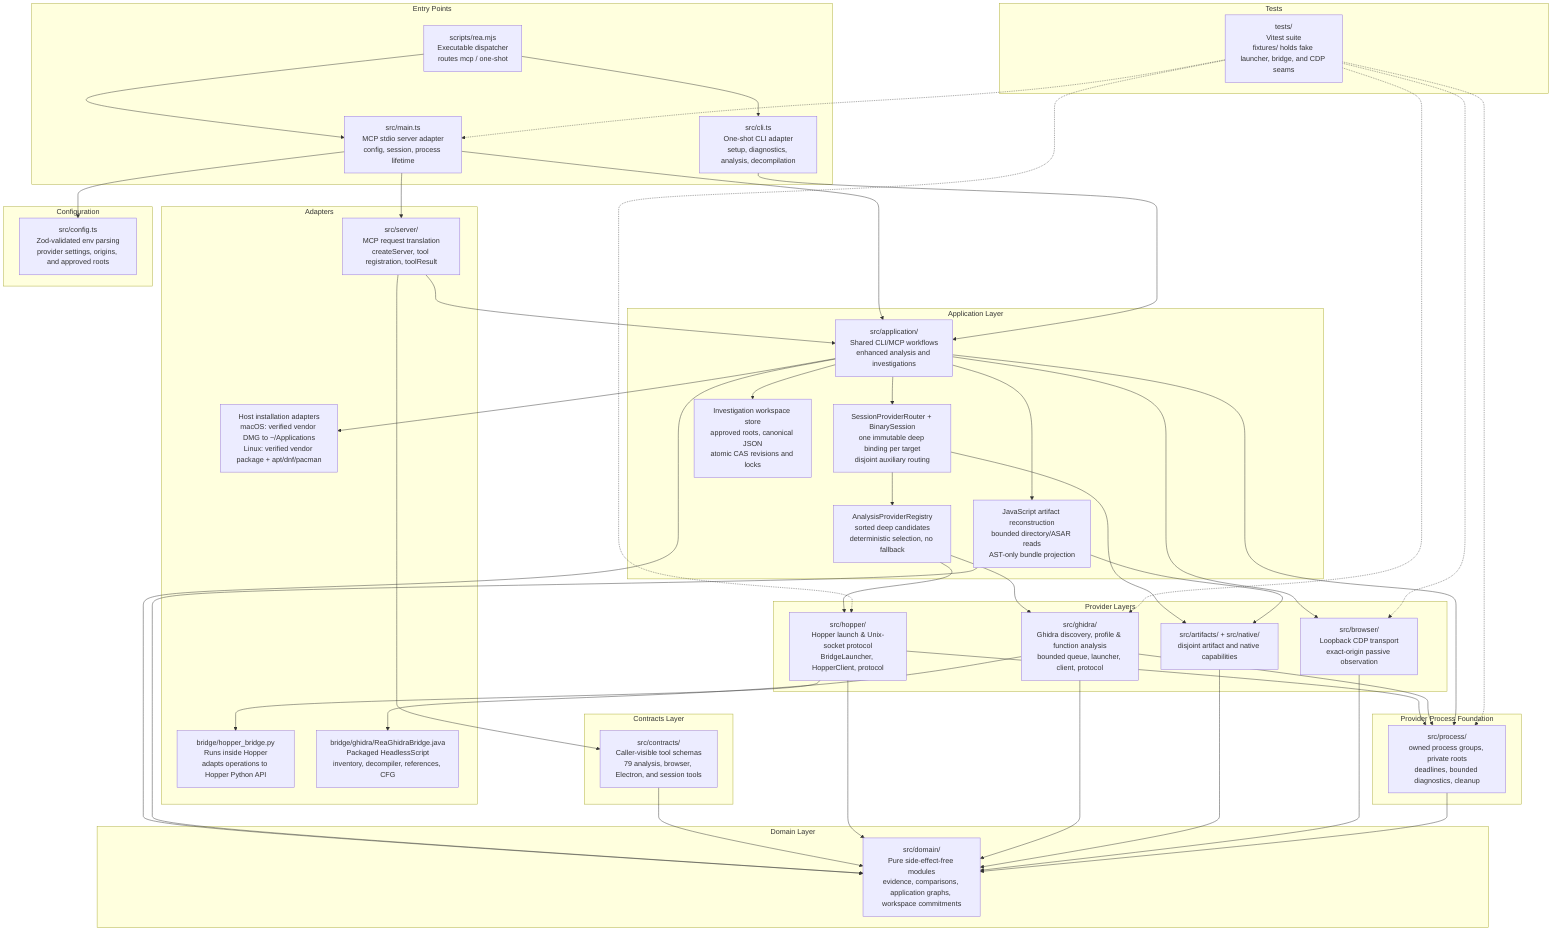
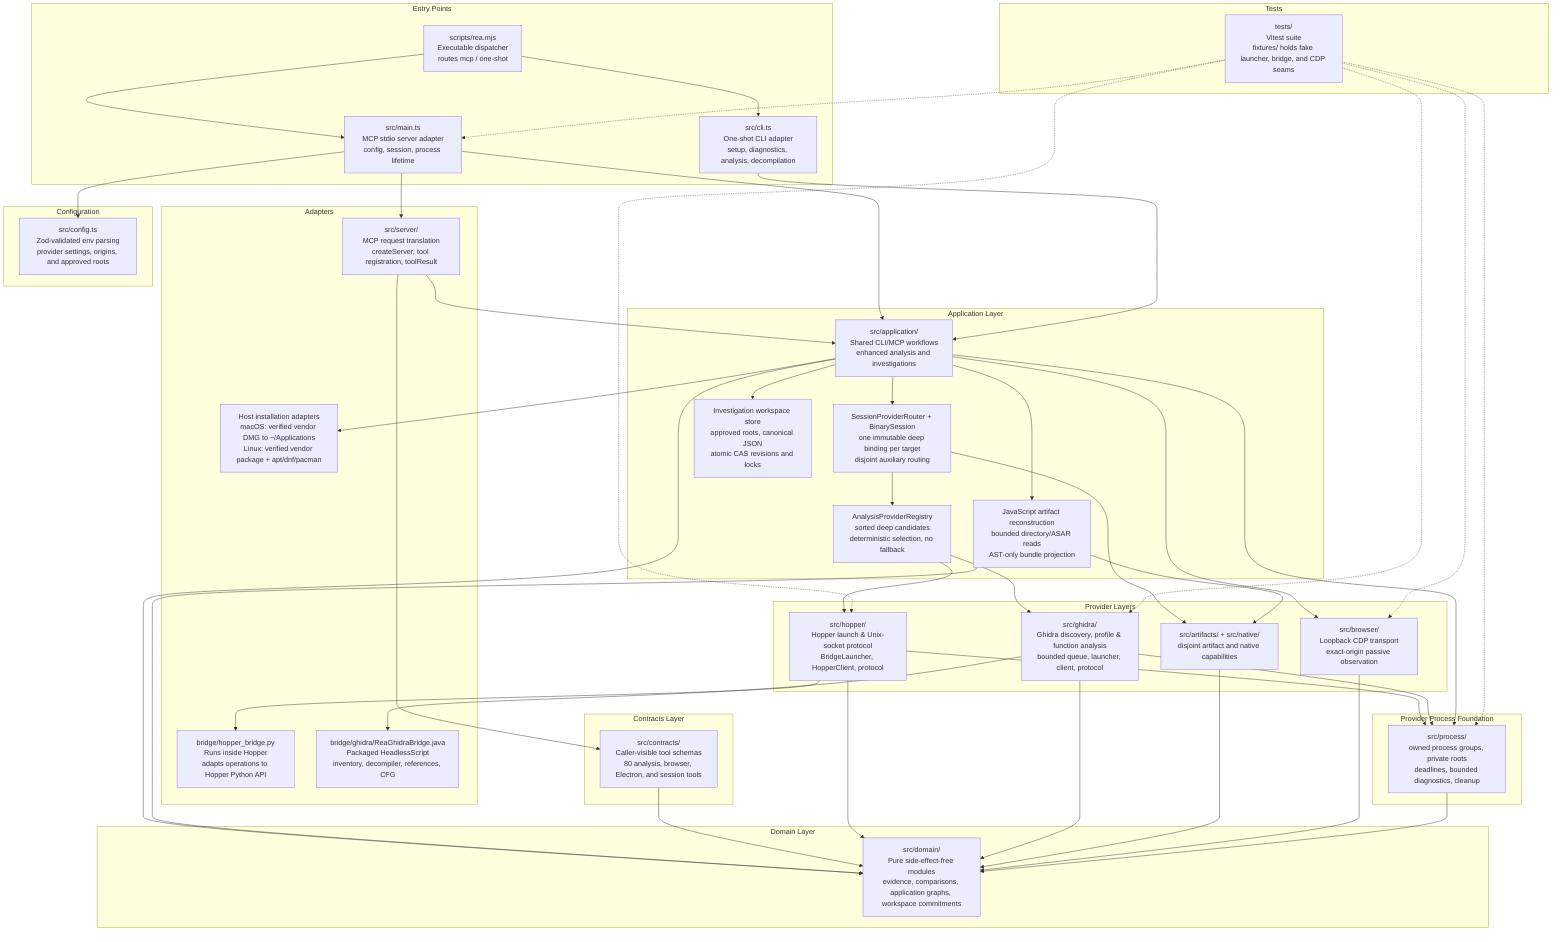
graph TD
    subgraph "Entry Points"
        CLI["src/cli.ts<br/>One-shot CLI adapter<br/>setup, diagnostics, analysis, decompilation"]
        MAIN["src/main.ts<br/>MCP stdio server adapter<br/>config, session, process lifetime"]
        DISPATCH["scripts/rea.mjs<br/>Executable dispatcher<br/>routes mcp / one-shot"]
    end

    subgraph "Adapters"
        SERVER["src/server/<br/>MCP request translation<br/>createServer, tool registration, toolResult"]
        HOPPER_BRIDGE["bridge/hopper_bridge.py<br/>Runs inside Hopper<br/>adapts operations to Hopper Python API"]
        GHIDRA_BRIDGE["bridge/ghidra/ReaGhidraBridge.java<br/>Packaged HeadlessScript<br/>inventory, decompiler, references, CFG"]
        INSTALL["Host installation adapters<br/>macOS: verified vendor DMG to ~/Applications<br/>Linux: verified vendor package + apt/dnf/pacman"]
    end

    subgraph "Application Layer"
        APP["src/application/<br/>Shared CLI/MCP workflows<br/>enhanced analysis and investigations"]
        SESSION["SessionProviderRouter + BinarySession<br/>one immutable deep binding per target<br/>disjoint auxiliary routing"]
        REGISTRY["AnalysisProviderRegistry<br/>sorted deep candidates<br/>deterministic selection, no fallback"]
        WORKSPACE["Investigation workspace store<br/>approved roots, canonical JSON<br/>atomic CAS revisions and locks"]
        JS_RECON["JavaScript artifact reconstruction<br/>bounded directory/ASAR reads<br/>AST-only bundle projection"]
    end

    subgraph "Provider Layers"
        HOPPER["src/hopper/<br/>Hopper launch & Unix-socket protocol<br/>BridgeLauncher, HopperClient, protocol"]
        GHIDRA["src/ghidra/<br/>Ghidra discovery, profile & function analysis<br/>bounded queue, launcher, client, protocol"]
        AUX["src/artifacts/ + src/native/<br/>disjoint artifact and native capabilities"]
        BROWSER["src/browser/<br/>Loopback CDP transport<br/>exact-origin passive observation"]
    end

    subgraph "Provider Process Foundation"
        PROCESS["src/process/<br/>owned process groups, private roots<br/>deadlines, bounded diagnostics, cleanup"]
    end

    subgraph "Contracts Layer"
-         CONTRACTS["src/contracts/<br/>Caller-visible tool schemas<br/>79 analysis, browser, Electron, and session tools"]
+         CONTRACTS["src/contracts/<br/>Caller-visible tool schemas<br/>80 analysis, browser, Electron, and session tools"]
    end

    subgraph "Domain Layer"
        DOMAIN["src/domain/<br/>Pure side-effect-free modules<br/>evidence, comparisons, application graphs, workspace commitments"]
    end

    subgraph "Configuration"
        CONFIG["src/config.ts<br/>Zod-validated env parsing<br/>provider settings, origins, and approved roots"]
    end

    subgraph "Tests"
        TESTS["tests/<br/>Vitest suite<br/>fixtures/ holds fake launcher, bridge, and CDP seams"]
    end

    DISPATCH --> CLI
    DISPATCH --> MAIN
    MAIN --> CONFIG
    MAIN --> SERVER
    MAIN --> APP
    CLI --> APP
    APP --> SESSION
    SESSION --> REGISTRY
    REGISTRY --> HOPPER
    REGISTRY --> GHIDRA
    SESSION --> AUX
    APP --> WORKSPACE
    APP --> JS_RECON
    APP --> INSTALL
    SERVER --> CONTRACTS
    SERVER --> APP
    APP --> BROWSER
    HOPPER --> HOPPER_BRIDGE
    GHIDRA --> GHIDRA_BRIDGE
    HOPPER --> PROCESS
    GHIDRA --> PROCESS
    APP --> PROCESS
    APP --> DOMAIN
    JS_RECON --> AUX
    JS_RECON --> DOMAIN
    CONTRACTS --> DOMAIN
    HOPPER --> DOMAIN
    GHIDRA --> DOMAIN
    AUX --> DOMAIN
    BROWSER --> DOMAIN
    PROCESS --> DOMAIN
    TESTS -.-> MAIN
    TESTS -.-> HOPPER
    TESTS -.-> GHIDRA
    TESTS -.-> PROCESS
    TESTS -.-> BROWSER
